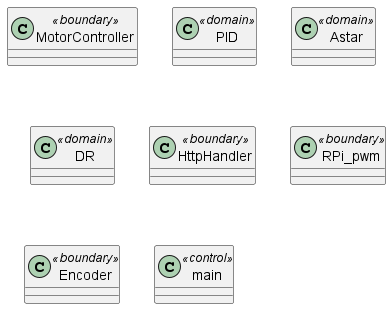
The PlantUML diagram docs/diagrams/out/apModel/car_cd_empty/CarClasses.png in lineklemensen/PRJ3, before a commit. Source of this version:
```plantuml
@startuml CarClasses

skinparam {
    packageStyle rectangle
    Linetype ortho
    ClassAttributeIconSize 0
}


class "MotorController" as mc <<boundary>>
{
}

class "PID" as pid <<domain>>
{
}

class "Astar" as a <<domain>>
{
}

class "DR" as dr <<domain>>
{
}

class "HttpHandler" as http <<boundary>>
{
}

class "RPi_pwm" as rp <<boundary>>
{
}

class "Encoder" as enc <<boundary>>
{
}

class "main" as m <<control>>
{
}


@enduml
```
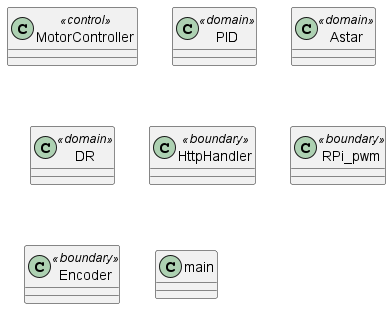
After the commit.

The edit, as a diff of the source:
```diff
@@ -7,7 +7,7 @@
 }
 
 
-class "MotorController" as mc <<boundary>>
+class "MotorController" as mc <<control>>
 {
 }
 
@@ -35,7 +35,7 @@
 {
 }
 
-class "main" as m <<control>>
+class "main" as m
 {
 }
 
```
